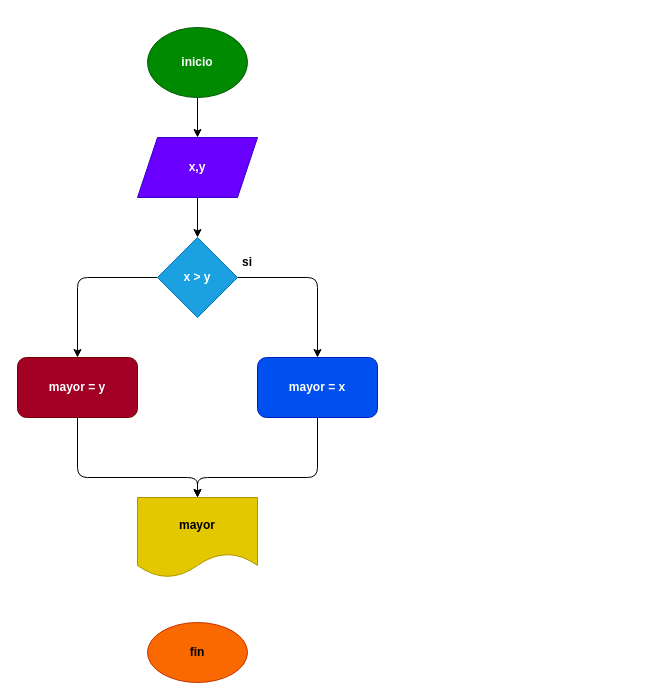
The draw.io diagram diagrama.drawio in suang12/mayor_2enteros, before the edit. Source tidied: cells renumbered, new cells numbered last; positions are measured from the earlier drawing's top-left corner, leaving out a move shared by most shapes. Both pictures are drawn from the tidied source at 100%, with x=0, y=0 at pixel (17, 27).
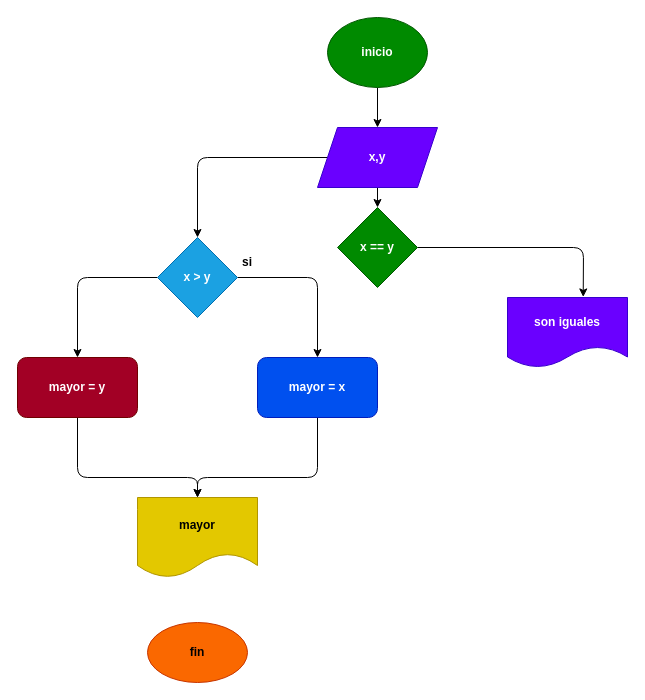
The same diagram, later.

Commit message (it also covers changes not shown here):
se agrego el diagrama de flujo

Unchanged cells that the change refers to:
```xml
<mxCell id="8" value="&lt;b&gt;x &amp;gt; y&lt;/b&gt;" style="rhombus;whiteSpace=wrap;html=1;fillColor=#1ba1e2;fontColor=#ffffff;strokeColor=#006EAF;" parent="1" vertex="1">
  <mxGeometry x="140" y="210" width="80" height="80" as="geometry" />
</mxCell>
```

What changed in the source:
```diff
@@
     <mxCell id="3" value="&lt;b&gt;inicio&lt;/b&gt;" style="ellipse;whiteSpace=wrap;html=1;fillColor=#008a00;fontColor=#ffffff;strokeColor=#005700;" parent="1" vertex="1">
-      <mxGeometry x="130" width="100" height="70" as="geometry" />
+      <mxGeometry x="310" y="-10" width="100" height="70" as="geometry" />
     </mxCell>
     <mxCell id="4" style="edgeStyle=none;html=1;" parent="1" edge="1" source="5" target="8">
-      <mxGeometry relative="1" as="geometry" />
+      <mxGeometry relative="1" as="geometry">
+        <Array as="points">
+          <mxPoint x="180" y="130" />
+        </Array>
+      </mxGeometry>
     </mxCell>
+    <mxCell id="16" style="edgeStyle=none;html=1;" parent="1" edge="1" source="5" target="18">
+      <mxGeometry relative="1" as="geometry" />
+    </mxCell>
     <mxCell id="5" value="&lt;b&gt;x,y&lt;/b&gt;" style="shape=parallelogram;perimeter=parallelogramPerimeter;whiteSpace=wrap;html=1;fixedSize=1;fillColor=#6a00ff;fontColor=#ffffff;strokeColor=#3700CC;" parent="1" vertex="1">
-      <mxGeometry x="120" y="110" width="120" height="60" as="geometry" />
+      <mxGeometry x="300" y="100" width="120" height="60" as="geometry" />
     </mxCell>
@@
+    <mxCell id="17" style="edgeStyle=none;html=1;entryX=0.631;entryY=-0.008;entryDx=0;entryDy=0;entryPerimeter=0;" parent="1" edge="1" source="18" target="19">
+      <mxGeometry relative="1" as="geometry">
+        <Array as="points">
+          <mxPoint x="566" y="220" />
+        </Array>
+      </mxGeometry>
+    </mxCell>
+    <mxCell id="18" value="&lt;b&gt;x == y&lt;/b&gt;" style="rhombus;whiteSpace=wrap;html=1;fillColor=#008a00;fontColor=#ffffff;strokeColor=#005700;" parent="1" vertex="1">
+      <mxGeometry x="320" y="180" width="80" height="80" as="geometry" />
+    </mxCell>
+    <mxCell id="19" value="&lt;b&gt;son iguales&lt;/b&gt;" style="shape=document;whiteSpace=wrap;html=1;boundedLbl=1;fillColor=#6a00ff;fontColor=#ffffff;strokeColor=#3700CC;" parent="1" vertex="1">
+      <mxGeometry x="490" y="270" width="120" height="70" as="geometry" />
+    </mxCell>
```
